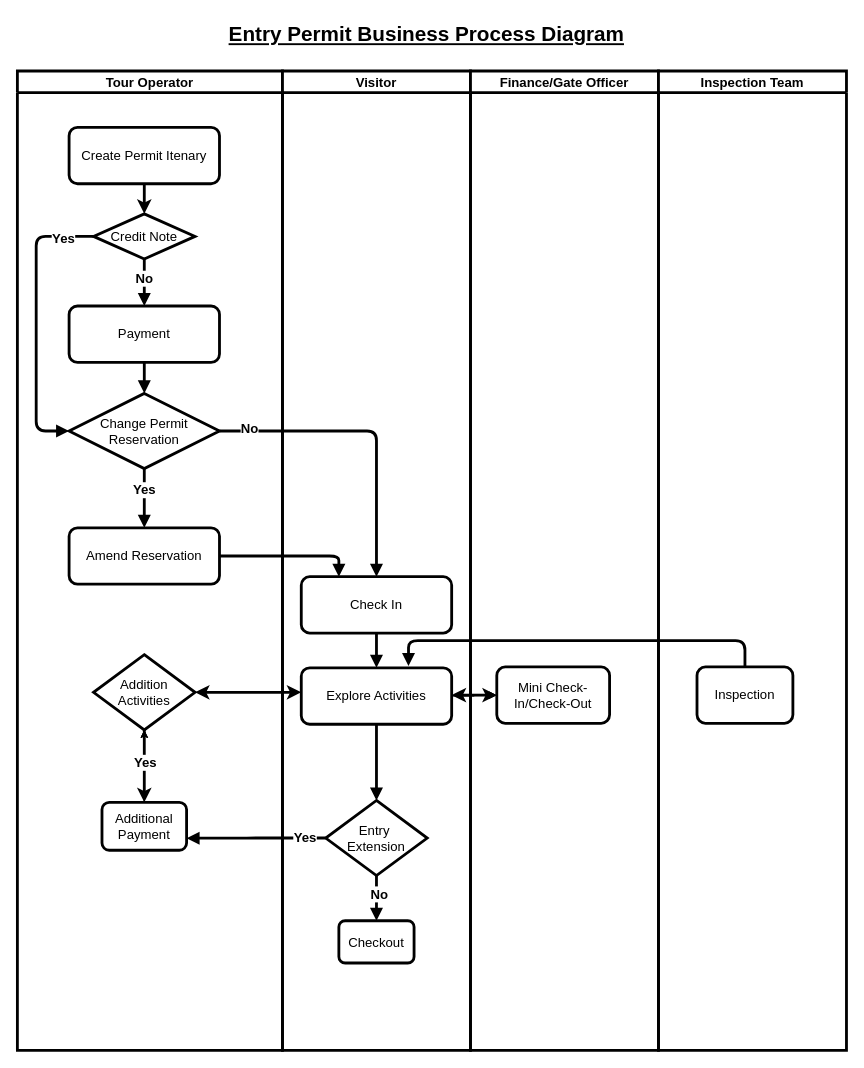
The draw.io diagram swimlane_permit_flow.drawio in MbalamulaS/portal2-diagram, before the edit. Source tidied: cells renumbered, new cells numbered last; positions are measured from the earlier drawing's top-left corner, leaving out a move shared by most shapes. Both pictures are drawn from the tidied source at 94%, with x=0, y=0 at pixel (17, 16).
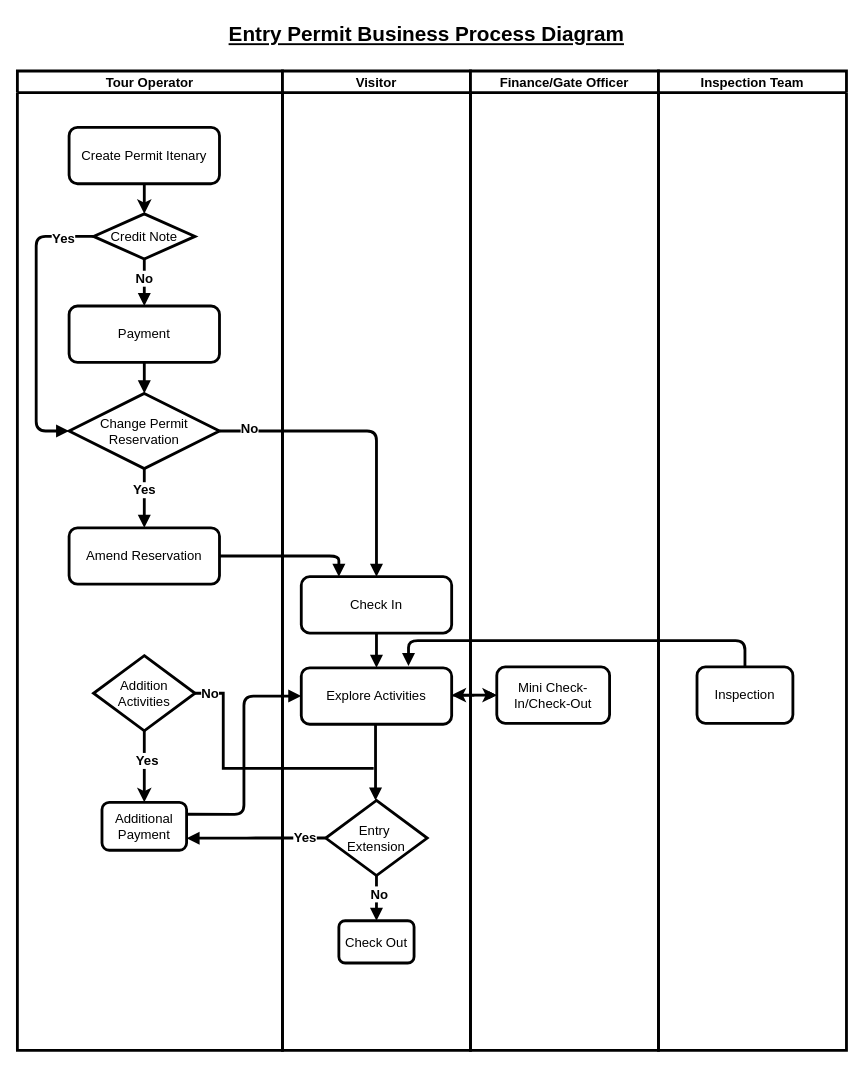
The same diagram, later.

The change refers to these unchanged cells:
```xml
<mxCell id="2" value="Tour Operator" style="swimlane;strokeWidth=3;fontSize=14;" parent="1" vertex="1">
  <mxGeometry y="58" width="282" height="1042" as="geometry" />
</mxCell>
<mxCell id="9" value="Additional Payment" style="rounded=1;whiteSpace=wrap;html=1;strokeWidth=3;fontSize=14;" parent="2" vertex="1">
  <mxGeometry x="90" y="778" width="90" height="51" as="geometry" />
</mxCell>
<mxCell id="22" value="Visitor" style="swimlane;strokeWidth=3;fontSize=14;" parent="1" vertex="1">
  <mxGeometry x="282" y="58" width="200" height="1042" as="geometry" />
</mxCell>
<mxCell id="24" value="Explore Activities" style="rounded=1;whiteSpace=wrap;html=1;strokeWidth=3;fontSize=14;" parent="22" vertex="1">
  <mxGeometry x="20" y="635" width="160" height="60" as="geometry" />
</mxCell>
<mxCell id="26" value="&lt;div&gt;&lt;font style=&quot;font-size: 14px;&quot;&gt;Entry&amp;nbsp;&lt;/font&gt;&lt;/div&gt;&lt;div&gt;&lt;font style=&quot;font-size: 14px;&quot;&gt;Extension&lt;/font&gt;&lt;/div&gt;" style="rhombus;whiteSpace=wrap;html=1;strokeWidth=3;" parent="22" vertex="1">
  <mxGeometry x="46" y="776" width="108" height="80" as="geometry" />
</mxCell>
```

The edit, as a diff of the source:
```diff
@@
-    <mxCell id="7" style="edgeStyle=orthogonalEdgeStyle;rounded=0;jettySize=auto;html=1;" parent="2" edge="1" source="9" target="14">
+    <mxCell id="7" style="edgeStyle=orthogonalEdgeStyle;rounded=0;jettySize=auto;html=1;strokeWidth=3;" parent="2" edge="1" source="14" target="9">
       <mxGeometry relative="1" as="geometry" />
     </mxCell>
-    <mxCell id="8" style="edgeStyle=orthogonalEdgeStyle;rounded=0;jettySize=auto;html=1;" parent="2" edge="1" source="9" target="14">
-      <mxGeometry relative="1" as="geometry" />
-    </mxCell>
+    <mxCell id="16" value="&lt;font style=&quot;font-size: 14px;&quot;&gt;&lt;b&gt;Yes&lt;/b&gt;&lt;/font&gt;" style="edgeLabel;html=1;align=center;verticalAlign=middle;" parent="7" vertex="1">
+      <mxGeometry x="-0.19" y="2" relative="1" as="geometry" />
+    </mxCell>
@@
     <mxCell id="14" value="&lt;font style=&quot;font-size: 14px;&quot;&gt;Addition Activities&lt;/font&gt;" style="rhombus;whiteSpace=wrap;html=1;strokeWidth=3;" parent="2" vertex="1">
-      <mxGeometry x="81" y="621" width="108" height="80" as="geometry" />
+      <mxGeometry x="81" y="622" width="108" height="80" as="geometry" />
     </mxCell>
-    <mxCell id="15" style="endArrow=classic;html=1;rounded=0;exitX=0.5;exitY=1;exitDx=0;exitDy=0;strokeWidth=3;entryX=0.5;entryY=0;entryDx=0;entryDy=0;" parent="2" edge="1" source="14" target="9">
-      <mxGeometry relative="1" as="geometry" />
-    </mxCell>
-    <mxCell id="16" value="&lt;b&gt;&lt;font style=&quot;font-size: 14px;&quot;&gt;Yes&lt;/font&gt;&lt;/b&gt;" style="edgeLabel;html=1;align=center;verticalAlign=middle;" parent="15" vertex="1">
-      <mxGeometry x="-0.12" relative="1" as="geometry" />
-    </mxCell>
@@
-    <mxCell id="25" value="Checkout" style="rounded=1;whiteSpace=wrap;html=1;strokeWidth=3;fontSize=14;" parent="22" vertex="1">
+    <mxCell id="25" value="Check Out" style="rounded=1;whiteSpace=wrap;html=1;strokeWidth=3;fontSize=14;" parent="22" vertex="1">
       <mxGeometry x="60" y="904" width="80" height="45" as="geometry" />
     </mxCell>
@@
-    <mxCell id="27" style="edgeStyle=orthogonalEdgeStyle;endArrow=block;html=1;strokeWidth=3;fontSize=14;entryX=0.5;entryY=0;entryDx=0;entryDy=0;exitX=0.5;exitY=1;exitDx=0;exitDy=0;" parent="22" edge="1" source="24" target="26">
-      <mxGeometry relative="1" as="geometry" />
+    <mxCell id="27" style="edgeStyle=orthogonalEdgeStyle;endArrow=block;html=1;strokeWidth=3;fontSize=14;entryX=0.5;entryY=0;entryDx=0;entryDy=0;exitX=0.5;exitY=1;exitDx=0;exitDy=0;" parent="22" edge="1">
+      <mxGeometry relative="1" as="geometry">
+        <mxPoint x="99" y="695" as="sourcePoint" />
+        <mxPoint x="99" y="776" as="targetPoint" />
+      </mxGeometry>
     </mxCell>
@@
-    <mxCell id="40" style="endArrow=classic;startArrow=classic;html=1;rounded=0;exitX=1;exitY=0.5;exitDx=0;exitDy=0;entryX=0;entryY=0.5;entryDx=0;entryDy=0;strokeWidth=3;" parent="1" edge="1" source="14">
-      <mxGeometry relative="1" as="geometry">
-        <mxPoint x="302" y="719" as="targetPoint" />
-      </mxGeometry>
-    </mxCell>
@@
+    <mxCell id="45" style="edgeStyle=orthogonalEdgeStyle;endArrow=block;html=1;strokeWidth=3;fontSize=14;exitX=1;exitY=0.25;exitDx=0;exitDy=0;entryX=0;entryY=0.5;entryDx=0;entryDy=0;" parent="1" edge="1" source="9" target="24">
+      <mxGeometry relative="1" as="geometry" />
+    </mxCell>
+    <mxCell id="46" style="endArrow=none;html=1;rounded=0;exitX=1;exitY=0.5;exitDx=0;exitDy=0;strokeWidth=3;" parent="1" edge="1" source="14">
+      <mxGeometry relative="1" as="geometry">
+        <mxPoint x="379" y="800" as="targetPoint" />
+        <Array as="points">
+          <mxPoint x="219" y="720" />
+          <mxPoint x="219" y="800" />
+        </Array>
+      </mxGeometry>
+    </mxCell>
+    <mxCell id="47" value="&lt;b&gt;&lt;font style=&quot;font-size: 14px;&quot;&gt;No&lt;/font&gt;&lt;/b&gt;" style="edgeLabel;html=1;align=center;verticalAlign=middle;" parent="46" vertex="1">
+      <mxGeometry x="-0.89" relative="1" as="geometry" />
+    </mxCell>
```
